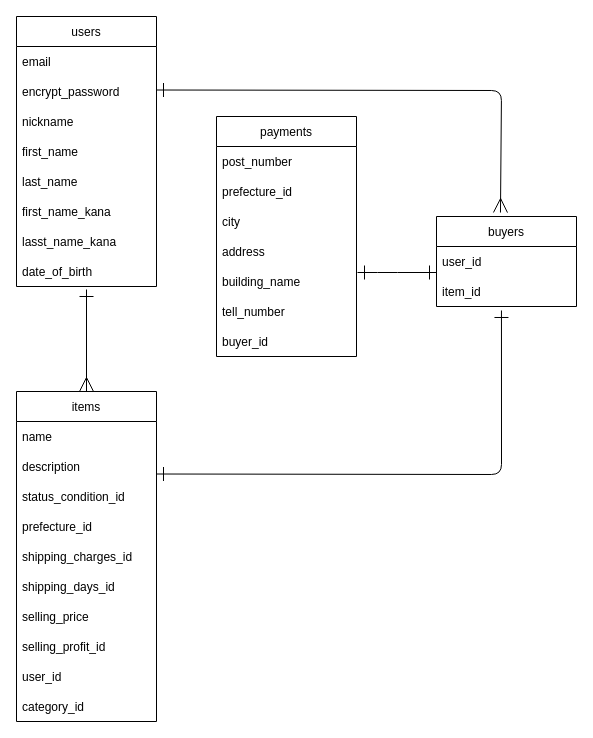
kkmasayan/furima-38141 keeps this draw.io diagram as furima.dio. Above is the earlier version. Source tidied: cells renumbered, new cells numbered last; positions are measured from the earlier drawing's top-left corner, leaving out a move shared by most shapes. Both pictures are drawn from the tidied source at 100%, with x=0, y=0 at pixel (16, 16).
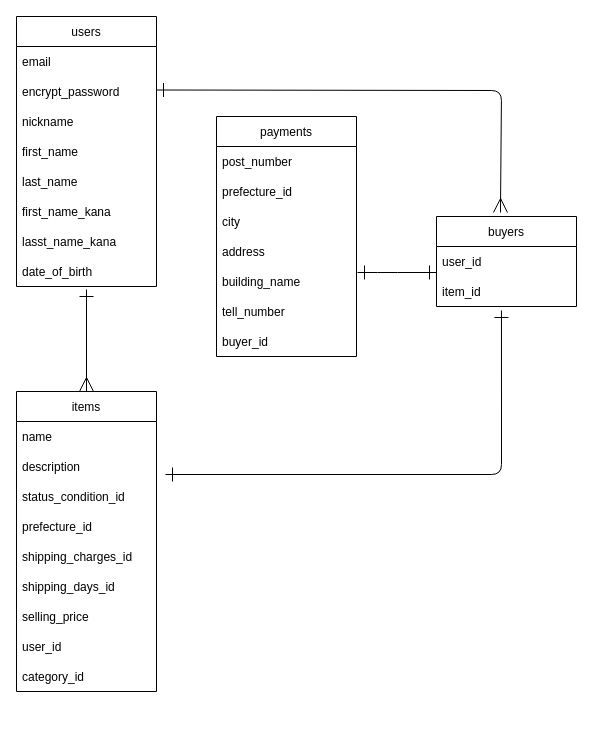
The same diagram, later.

Commit message (it also covers changes not shown here):
#3 データベース設計　修正３

The change refers to these unchanged cells:
```xml
<mxCell id="34" value="item_id" style="text;strokeColor=none;fillColor=none;align=left;verticalAlign=middle;spacingLeft=4;spacingRight=4;overflow=hidden;points=[[0,0.5],[1,0.5]];portConstraint=eastwest;" parent="32" vertex="1">
  <mxGeometry y="60" width="140" height="30" as="geometry" />
</mxCell>
```

Change to the diagram source:
```diff
@@
     <mxCell id="12" value="items" style="swimlane;fontStyle=0;horizontal=1;startSize=30;" parent="1" vertex="1">
-      <mxGeometry y="375" width="140" height="330" as="geometry" />
+      <mxGeometry y="375" width="140" height="300" as="geometry" />
     </mxCell>
@@
-    <mxCell id="20" value="selling_profit_id" style="text;strokeColor=none;fillColor=none;align=left;verticalAlign=middle;spacingLeft=4;spacingRight=4;overflow=hidden;" parent="12" vertex="1">
-      <mxGeometry y="240" width="140" height="30" as="geometry" />
-    </mxCell>
     <mxCell id="21" value="user_id" style="text;strokeColor=none;fillColor=none;align=left;verticalAlign=middle;spacingLeft=4;spacingRight=4;overflow=hidden;" parent="12" vertex="1">
-      <mxGeometry y="270" width="140" height="30" as="geometry" />
+      <mxGeometry y="240" width="140" height="30" as="geometry" />
     </mxCell>
     <mxCell id="22" value="category_id" style="text;strokeColor=none;fillColor=none;align=left;verticalAlign=middle;spacingLeft=4;spacingRight=4;overflow=hidden;" parent="12" vertex="1">
-      <mxGeometry y="300" width="140" height="30" as="geometry" />
+      <mxGeometry y="270" width="140" height="30" as="geometry" />
     </mxCell>
@@
-    <mxCell id="31" style="edgeStyle=none;html=1;entryX=1;entryY=0.25;entryDx=0;entryDy=0;startArrow=ERone;startFill=0;endArrow=ERone;endFill=0;startSize=12;endSize=12;sourcePerimeterSpacing=0;targetPerimeterSpacing=0;exitX=0.464;exitY=1.133;exitDx=0;exitDy=0;exitPerimeter=0;" parent="1" edge="1" source="34" target="12">
+    <mxCell id="31" style="edgeStyle=none;html=1;startArrow=ERone;startFill=0;endArrow=ERone;endFill=0;startSize=12;endSize=12;sourcePerimeterSpacing=0;targetPerimeterSpacing=0;exitX=0.464;exitY=1.133;exitDx=0;exitDy=0;exitPerimeter=0;" parent="1" edge="1" source="34">
       <mxGeometry relative="1" as="geometry">
+        <mxPoint x="149" y="458" as="targetPoint" />
         <Array as="points">
           <mxPoint x="485" y="458" />
         </Array>
       </mxGeometry>
     </mxCell>
```
